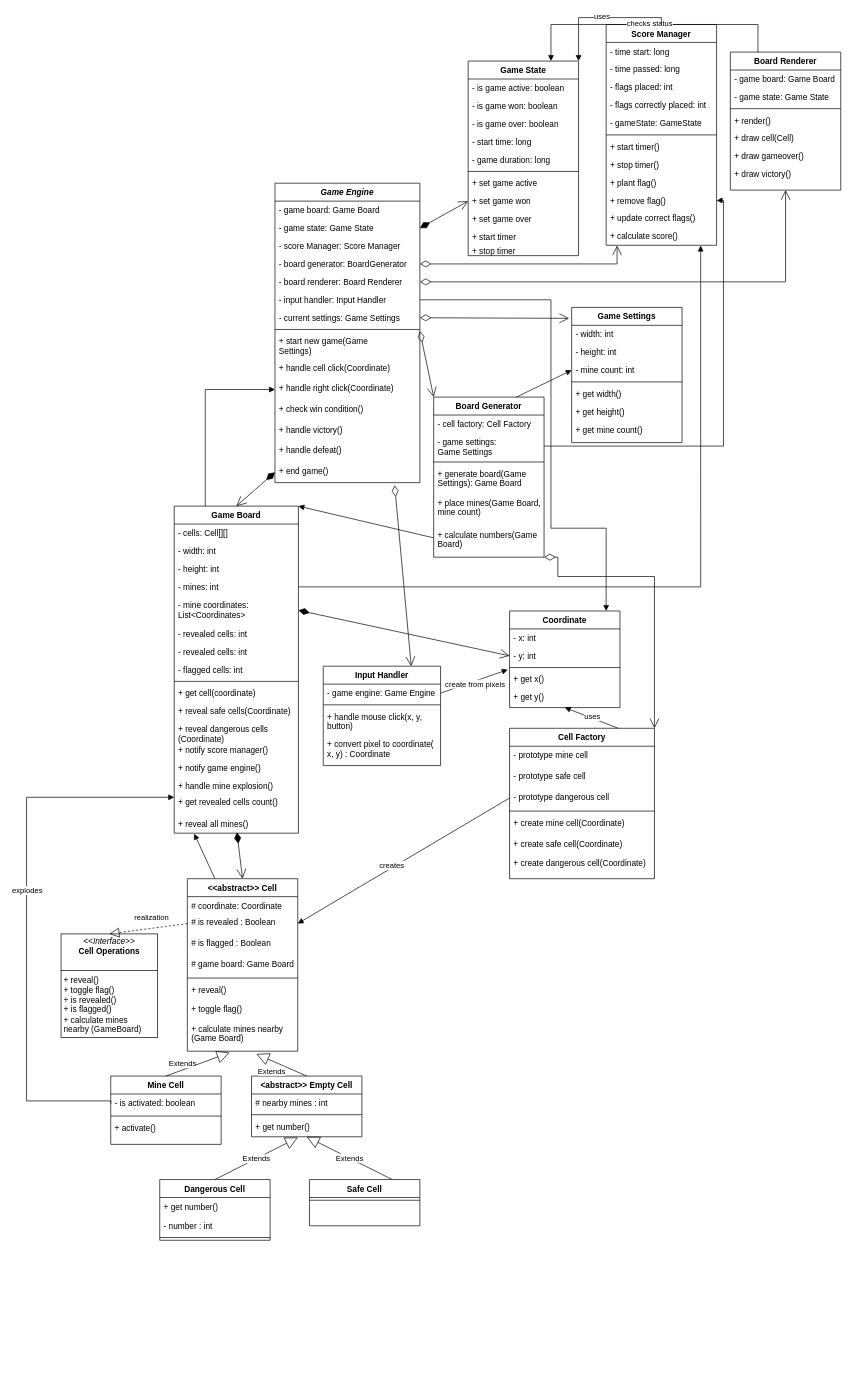
The draw.io diagram task-2/4/miner.drawio in agnezdei/senla-test, before the edit. Source tidied: cells renumbered, new cells numbered last; positions are measured from the earlier drawing's top-left corner, leaving out a move shared by most shapes. Both pictures are drawn from the tidied source at 69%, with x=0, y=0 at pixel (26, 24).
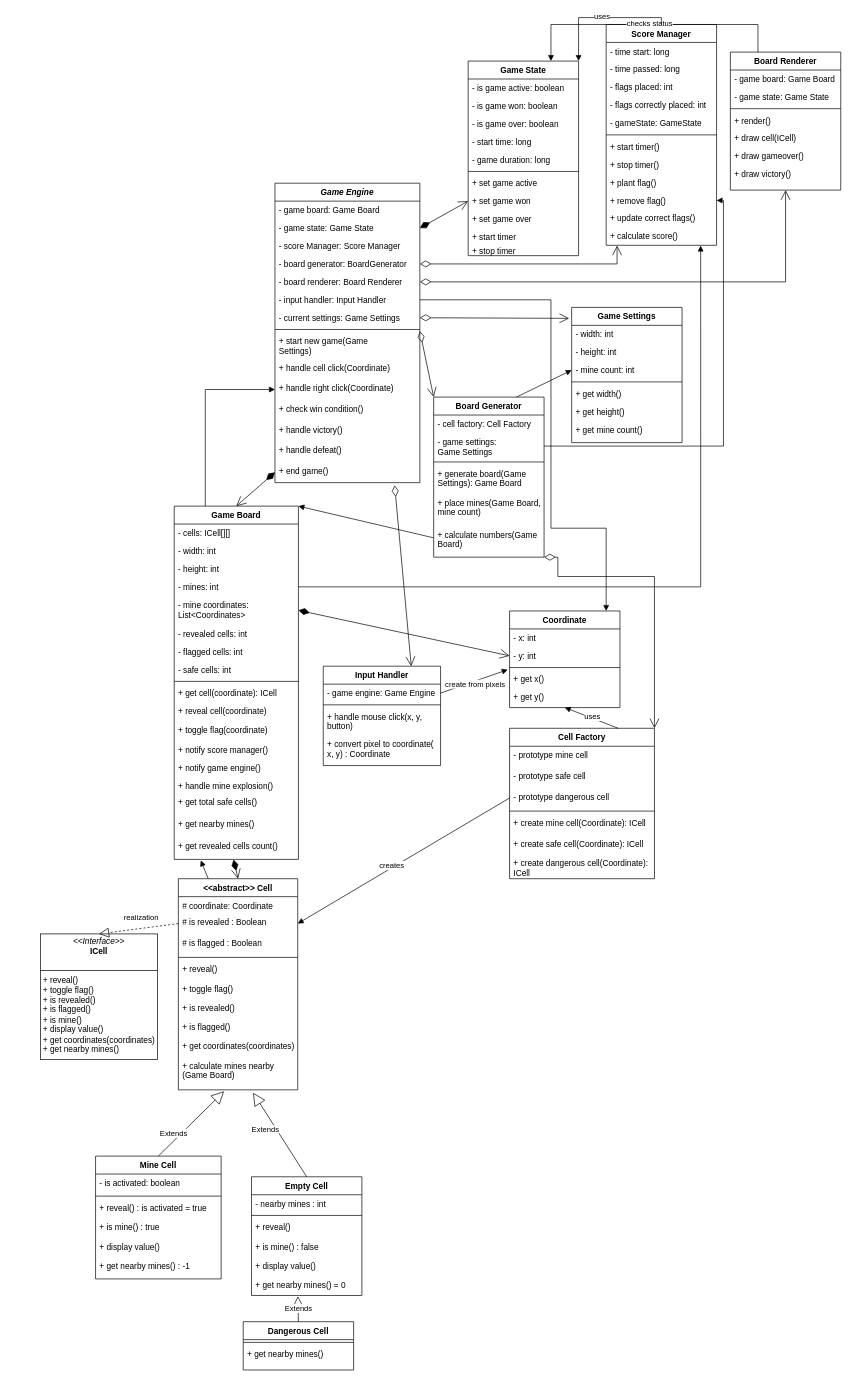
Above is the later version.

Commit message (it also covers changes not shown here):
В 4 задании исправила реализацию интерфейса, убрала связи от игрового поля к конкретным клеткам

The change refers to these unchanged cells:
```xml
<mxCell id="78" value="Board Renderer" style="swimlane;fontStyle=1;align=center;verticalAlign=top;horizontal=1;startSize=26;rounded=0;shadow=0;strokeWidth=1;" parent="1" vertex="1">
  <mxGeometry x="1020" y="40" width="160" height="200" as="geometry" />
</mxCell>
<mxCell id="134" value="Cell Factory" style="swimlane;fontStyle=1;align=center;verticalAlign=top;horizontal=1;startSize=26;rounded=0;shadow=0;strokeWidth=1;" parent="1" vertex="1">
  <mxGeometry x="700" y="1020" width="210" height="218" as="geometry" />
</mxCell>
```

What changed in the source:
```diff
@@
     <mxCell id="18" value="&lt;&lt;abstract&gt;&gt; Cell" style="swimlane;fontStyle=1;align=center;verticalAlign=top;horizontal=1;startSize=26;rounded=0;shadow=0;strokeWidth=1;" parent="1" vertex="1">
-      <mxGeometry x="233" y="1238" width="160" height="250" as="geometry" />
+      <mxGeometry x="220" y="1238" width="173" height="306" as="geometry" />
     </mxCell>
     <mxCell id="19" value="# coordinate: Coordinate" style="text;align=left;verticalAlign=top;spacingLeft=4;spacingRight=4;overflow=hidden;" parent="18" vertex="1">
-      <mxGeometry y="26" width="160" height="24" as="geometry" />
+      <mxGeometry y="26" width="173" height="24" as="geometry" />
     </mxCell>
     <mxCell id="20" value="# is revealed : Boolean" style="text;align=left;verticalAlign=top;spacingLeft=4;spacingRight=4;overflow=hidden;points=[[0,0.5],[1,0.5]];portConstraint=eastwest;rounded=0;shadow=0;html=0;" parent="18" vertex="1">
-      <mxGeometry y="50" width="160" height="30" as="geometry" />
+      <mxGeometry y="50" width="173" height="30" as="geometry" />
     </mxCell>
     <mxCell id="21" value="# is flagged : Boolean" style="text;align=left;verticalAlign=top;spacingLeft=4;spacingRight=4;overflow=hidden;rounded=0;shadow=0;html=0;" parent="18" vertex="1">
-      <mxGeometry y="80" width="160" height="30" as="geometry" />
+      <mxGeometry y="80" width="173" height="30" as="geometry" />
     </mxCell>
-    <mxCell id="22" value="# game board: Game Board " style="text;align=left;verticalAlign=top;spacingLeft=4;spacingRight=4;overflow=hidden;rounded=0;shadow=0;html=0;" parent="18" vertex="1">
-      <mxGeometry y="110" width="160" height="30" as="geometry" />
-    </mxCell>
     <mxCell id="23" style="line;html=1;strokeWidth=1;align=left;verticalAlign=middle;spacingTop=-1;spacingLeft=3;spacingRight=3;labelPosition=right;" parent="18" vertex="1">
-      <mxGeometry y="140" width="160" height="8" as="geometry" />
+      <mxGeometry y="110" width="173" height="8" as="geometry" />
     </mxCell>
     <mxCell id="24" value="+ reveal()" style="text;align=left;verticalAlign=top;spacingLeft=4;spacingRight=4;overflow=hidden;" parent="18" vertex="1">
-      <mxGeometry y="148" width="160" height="28" as="geometry" />
+      <mxGeometry y="118" width="173" height="28" as="geometry" />
     </mxCell>
     <mxCell id="25" value="+ toggle flag()" style="text;align=left;verticalAlign=top;spacingLeft=4;spacingRight=4;overflow=hidden;" parent="18" vertex="1">
-      <mxGeometry y="176" width="160" height="28" as="geometry" />
+      <mxGeometry y="146" width="173" height="28" as="geometry" />
     </mxCell>
+    <mxCell id="162" value="+ is revealed()" style="text;align=left;verticalAlign=top;spacingLeft=4;spacingRight=4;overflow=hidden;" parent="18" vertex="1">
+      <mxGeometry y="174" width="173" height="28" as="geometry" />
+    </mxCell>
+    <mxCell id="163" value="+ is flagged()" style="text;align=left;verticalAlign=top;spacingLeft=4;spacingRight=4;overflow=hidden;" parent="18" vertex="1">
+      <mxGeometry y="202" width="173" height="28" as="geometry" />
+    </mxCell>
+    <mxCell id="164" value="+ get coordinates(coordinates)" style="text;align=left;verticalAlign=top;spacingLeft=4;spacingRight=4;overflow=hidden;" parent="18" vertex="1">
+      <mxGeometry y="230" width="173" height="28" as="geometry" />
+    </mxCell>
     <mxCell id="26" value="+ calculate mines nearby&#10;(Game Board)" style="text;align=left;verticalAlign=top;spacingLeft=4;spacingRight=4;overflow=hidden;points=[[0,0.5],[1,0.5]];portConstraint=eastwest;" parent="18" vertex="1">
-      <mxGeometry y="204" width="160" height="46" as="geometry" />
+      <mxGeometry y="258" width="173" height="48" as="geometry" />
     </mxCell>
-    <mxCell id="27" value="&lt;abstract&gt;&gt; Empty Cell" style="swimlane;fontStyle=1;align=center;verticalAlign=top;horizontal=1;startSize=26;rounded=0;shadow=0;strokeWidth=1;" parent="1" vertex="1">
-      <mxGeometry x="326" y="1524" width="160" height="88" as="geometry" />
+    <mxCell id="27" value="Empty Cell" style="swimlane;fontStyle=1;align=center;verticalAlign=top;horizontal=1;startSize=26;rounded=0;shadow=0;strokeWidth=1;" parent="1" vertex="1">
+      <mxGeometry x="326" y="1670" width="160" height="172" as="geometry" />
     </mxCell>
-    <mxCell id="28" value="# nearby mines : int" style="text;align=left;verticalAlign=top;spacingLeft=4;spacingRight=4;overflow=hidden;" parent="27" vertex="1">
+    <mxCell id="28" value="- nearby mines : int" style="text;align=left;verticalAlign=top;spacingLeft=4;spacingRight=4;overflow=hidden;" parent="27" vertex="1">
       <mxGeometry y="26" width="160" height="26" as="geometry" />
     </mxCell>
@@
+    <mxCell id="165" value="+ reveal()" style="text;align=left;verticalAlign=top;spacingLeft=4;spacingRight=4;overflow=hidden;" parent="27" vertex="1">
+      <mxGeometry y="60" width="160" height="28" as="geometry" />
+    </mxCell>
+    <mxCell id="166" value="+ is mine() : false" style="text;align=left;verticalAlign=top;spacingLeft=4;spacingRight=4;overflow=hidden;" parent="27" vertex="1">
+      <mxGeometry y="88" width="160" height="28" as="geometry" />
+    </mxCell>
+    <mxCell id="167" value="+ display value()" style="text;align=left;verticalAlign=top;spacingLeft=4;spacingRight=4;overflow=hidden;" parent="27" vertex="1">
+      <mxGeometry y="116" width="160" height="28" as="geometry" />
+    </mxCell>
-    <mxCell id="30" value="+ get number()" style="text;align=left;verticalAlign=top;spacingLeft=4;spacingRight=4;overflow=hidden;points=[[0,0.5],[1,0.5]];portConstraint=eastwest;" parent="27" vertex="1">
-      <mxGeometry y="60" width="160" height="28" as="geometry" />
+    <mxCell id="30" value="+ get nearby mines() = 0" style="text;align=left;verticalAlign=top;spacingLeft=4;spacingRight=4;overflow=hidden;points=[[0,0.5],[1,0.5]];portConstraint=eastwest;" parent="27" vertex="1">
+      <mxGeometry y="144" width="160" height="28" as="geometry" />
     </mxCell>
     <mxCell id="31" value="Game Board" style="swimlane;fontStyle=1;align=center;verticalAlign=top;horizontal=1;startSize=26;rounded=0;shadow=0;strokeWidth=1;" parent="1" vertex="1">
-      <mxGeometry x="214" y="698" width="180" height="474" as="geometry" />
+      <mxGeometry x="214" y="698" width="180" height="512" as="geometry" />
     </mxCell>
-    <mxCell id="32" value="- cells: Cell[][]" style="text;align=left;verticalAlign=top;spacingLeft=4;spacingRight=4;overflow=hidden;" parent="31" vertex="1">
+    <mxCell id="32" value="- cells: ICell[][]" style="text;align=left;verticalAlign=top;spacingLeft=4;spacingRight=4;overflow=hidden;" parent="31" vertex="1">
       <mxGeometry y="26" width="180" height="26" as="geometry" />
     </mxCell>
@@
-    <mxCell id="38" value="- revealed cells: int" style="text;align=left;verticalAlign=top;spacingLeft=4;spacingRight=4;overflow=hidden;rounded=0;shadow=0;html=0;" parent="31" vertex="1">
-      <mxGeometry y="198" width="180" height="26" as="geometry" />
-    </mxCell>
     <mxCell id="39" value="- flagged cells: int" style="text;align=left;verticalAlign=top;spacingLeft=4;spacingRight=4;overflow=hidden;rounded=0;shadow=0;html=0;" parent="31" vertex="1">
-      <mxGeometry y="224" width="180" height="26" as="geometry" />
+      <mxGeometry y="198" width="180" height="26" as="geometry" />
     </mxCell>
+    <mxCell id="168" value="- safe cells: int" style="text;align=left;verticalAlign=top;spacingLeft=4;spacingRight=4;overflow=hidden;rounded=0;shadow=0;html=0;" parent="31" vertex="1">
+      <mxGeometry y="224" width="180" height="26" as="geometry" />
+    </mxCell>
@@
-    <mxCell id="41" value="+ get cell(coordinate)" style="text;align=left;verticalAlign=top;spacingLeft=4;spacingRight=4;overflow=hidden;rounded=0;shadow=0;html=0;" parent="31" vertex="1">
+    <mxCell id="41" value="+ get cell(coordinate): ICell" style="text;align=left;verticalAlign=top;spacingLeft=4;spacingRight=4;overflow=hidden;rounded=0;shadow=0;html=0;" parent="31" vertex="1">
       <mxGeometry y="258" width="180" height="26" as="geometry" />
     </mxCell>
-    <mxCell id="42" value="+ reveal safe cells(Coordinate)" style="text;align=left;verticalAlign=top;spacingLeft=4;spacingRight=4;overflow=hidden;" parent="31" vertex="1">
-      <mxGeometry y="284" width="180" height="26" as="geometry" />
-    </mxCell>
-    <mxCell id="43" value="+ reveal dangerous cells&#10;(Coordinate)" style="text;align=left;verticalAlign=top;spacingLeft=4;spacingRight=4;overflow=hidden;" parent="31" vertex="1">
-      <mxGeometry y="310" width="180" height="30" as="geometry" />
-    </mxCell>
+    <mxCell id="169" value="+ reveal cell(coordinate)" style="text;align=left;verticalAlign=top;spacingLeft=4;spacingRight=4;overflow=hidden;" parent="31" vertex="1">
+      <mxGeometry y="284" width="180" height="28" as="geometry" />
+    </mxCell>
+    <mxCell id="170" value="+ toggle flag(coordinate)" style="text;align=left;verticalAlign=top;spacingLeft=4;spacingRight=4;overflow=hidden;" parent="31" vertex="1">
+      <mxGeometry y="312" width="180" height="28" as="geometry" />
+    </mxCell>
@@
+    <mxCell id="171" value="+ get total safe cells()" style="text;align=left;verticalAlign=top;spacingLeft=4;spacingRight=4;overflow=hidden;" parent="31" vertex="1">
+      <mxGeometry y="416" width="180" height="32" as="geometry" />
+    </mxCell>
+    <mxCell id="172" value="+ get nearby mines()" style="text;align=left;verticalAlign=top;spacingLeft=4;spacingRight=4;overflow=hidden;" parent="31" vertex="1">
+      <mxGeometry y="448" width="180" height="32" as="geometry" />
+    </mxCell>
     <mxCell id="47" value="+ get revealed cells count()" style="text;align=left;verticalAlign=top;spacingLeft=4;spacingRight=4;overflow=hidden;points=[[0,0.5],[1,0.5]];portConstraint=eastwest;" parent="31" vertex="1">
-      <mxGeometry y="416" width="180" height="32" as="geometry" />
+      <mxGeometry y="480" width="180" height="32" as="geometry" />
     </mxCell>
-    <mxCell id="48" value="+ reveal all mines()" style="text;align=left;verticalAlign=top;spacingLeft=4;spacingRight=4;overflow=hidden;points=[[0,0.5],[1,0.5]];portConstraint=eastwest;rounded=0;shadow=0;html=0;" parent="31" vertex="1">
-      <mxGeometry y="448" width="180" height="26" as="geometry" />
-    </mxCell>
     <mxCell id="49" value="Dangerous Cell" style="swimlane;fontStyle=1;align=center;verticalAlign=top;horizontal=1;startSize=26;rounded=0;shadow=0;strokeWidth=1;" parent="1" vertex="1">
-      <mxGeometry x="193" y="1674" width="160" height="88" as="geometry" />
+      <mxGeometry x="314" y="1880" width="160" height="70" as="geometry" />
     </mxCell>
-    <mxCell id="50" value="+ get number()" style="text;align=left;verticalAlign=top;spacingLeft=4;spacingRight=4;overflow=hidden;" parent="49" vertex="1">
-      <mxGeometry y="26" width="160" height="28" as="geometry" />
-    </mxCell>
-    <mxCell id="51" value="- number : int" style="text;align=left;verticalAlign=top;spacingLeft=4;spacingRight=4;overflow=hidden;" parent="49" vertex="1">
-      <mxGeometry y="54" width="160" height="26" as="geometry" />
-    </mxCell>
     <mxCell id="52" style="line;html=1;strokeWidth=1;align=left;verticalAlign=middle;spacingTop=-1;spacingLeft=3;spacingRight=3;labelPosition=right;" parent="49" vertex="1">
-      <mxGeometry y="80" width="160" height="8" as="geometry" />
+      <mxGeometry y="26" width="160" height="8" as="geometry" />
     </mxCell>
+    <mxCell id="173" value="+ get nearby mines()" style="text;align=left;verticalAlign=top;spacingLeft=4;spacingRight=4;overflow=hidden;" parent="49" vertex="1">
+      <mxGeometry y="34" width="160" height="28" as="geometry" />
+    </mxCell>
     <mxCell id="53" value="Mine Cell" style="swimlane;fontStyle=1;align=center;verticalAlign=top;horizontal=1;startSize=26;rounded=0;shadow=0;strokeWidth=1;" parent="1" vertex="1">
-      <mxGeometry x="122" y="1524" width="160" height="99" as="geometry" />
+      <mxGeometry x="100" y="1640" width="182" height="178" as="geometry" />
     </mxCell>
     <mxCell id="54" value="- is activated: boolean" style="text;align=left;verticalAlign=top;spacingLeft=4;spacingRight=4;overflow=hidden;points=[[0,0.5],[1,0.5]];portConstraint=eastwest;" parent="53" vertex="1">
-      <mxGeometry y="26" width="160" height="28" as="geometry" />
+      <mxGeometry y="26" width="182" height="28" as="geometry" />
     </mxCell>
     <mxCell id="55" style="line;html=1;strokeWidth=1;align=left;verticalAlign=middle;spacingTop=-1;spacingLeft=3;spacingRight=3;labelPosition=right;" parent="53" vertex="1">
-      <mxGeometry y="54" width="160" height="8" as="geometry" />
+      <mxGeometry y="54" width="182" height="8" as="geometry" />
     </mxCell>
-    <mxCell id="56" value="+ activate()" style="text;align=left;verticalAlign=top;spacingLeft=4;spacingRight=4;overflow=hidden;" parent="53" vertex="1">
-      <mxGeometry y="62" width="160" height="28" as="geometry" />
+    <mxCell id="56" value="+ reveal() : is activated = true" style="text;align=left;verticalAlign=top;spacingLeft=4;spacingRight=4;overflow=hidden;" parent="53" vertex="1">
+      <mxGeometry y="62" width="182" height="28" as="geometry" />
     </mxCell>
+    <mxCell id="174" value="+ is mine() : true" style="text;align=left;verticalAlign=top;spacingLeft=4;spacingRight=4;overflow=hidden;" parent="53" vertex="1">
+      <mxGeometry y="90" width="182" height="28" as="geometry" />
+    </mxCell>
+    <mxCell id="175" value="+ display value()" style="text;align=left;verticalAlign=top;spacingLeft=4;spacingRight=4;overflow=hidden;" parent="53" vertex="1">
+      <mxGeometry y="118" width="182" height="28" as="geometry" />
+    </mxCell>
+    <mxCell id="176" value="+ get nearby mines() : -1" style="text;align=left;verticalAlign=top;spacingLeft=4;spacingRight=4;overflow=hidden;" parent="53" vertex="1">
+      <mxGeometry y="146" width="182" height="32" as="geometry" />
+    </mxCell>
@@
-    <mxCell id="83" value="+ draw cell(Cell)" style="text;align=left;verticalAlign=top;spacingLeft=4;spacingRight=4;overflow=hidden;rounded=0;shadow=0;html=0;" parent="78" vertex="1">
+    <mxCell id="83" value="+ draw cell(ICell)" style="text;align=left;verticalAlign=top;spacingLeft=4;spacingRight=4;overflow=hidden;rounded=0;shadow=0;html=0;" parent="78" vertex="1">
       <mxGeometry y="112" width="160" height="26" as="geometry" />
     </mxCell>
@@
-    <mxCell id="91" value="Safe Cell" style="swimlane;fontStyle=1;align=center;verticalAlign=top;horizontal=1;startSize=26;rounded=0;shadow=0;strokeWidth=1;" parent="1" vertex="1">
-      <mxGeometry x="410" y="1674" width="160" height="67" as="geometry" />
-    </mxCell>
-    <mxCell id="92" style="line;html=1;strokeWidth=1;align=left;verticalAlign=middle;spacingTop=-1;spacingLeft=3;spacingRight=3;labelPosition=right;" parent="91" vertex="1">
-      <mxGeometry y="26" width="160" height="8" as="geometry" />
-    </mxCell>
@@
-    <mxCell id="118" value="&lt;p style=&quot;margin:0px;margin-top:4px;text-align:center;&quot;&gt;&lt;i&gt;&amp;lt;&amp;lt;Interface&amp;gt;&amp;gt;&lt;/i&gt;&lt;br&gt;&lt;b&gt;Cell Operations&lt;/b&gt;&lt;/p&gt;&lt;p style=&quot;margin:0px;margin-left:4px;&quot;&gt;&lt;br&gt;&lt;/p&gt;&lt;hr size=&quot;1&quot; style=&quot;border-style:solid;&quot;&gt;&lt;p style=&quot;margin:0px;margin-left:4px;&quot;&gt;&lt;span style=&quot;background-color: transparent;&quot;&gt;+ reveal()&lt;/span&gt;&lt;/p&gt;&lt;p style=&quot;margin:0px;margin-left:4px;&quot;&gt;+ toggle flag()&lt;/p&gt;&lt;p style=&quot;margin:0px;margin-left:4px;&quot;&gt;+ is revealed()&lt;/p&gt;&lt;p style=&quot;margin:0px;margin-left:4px;&quot;&gt;+ is flagged()&lt;/p&gt;&lt;p style=&quot;margin:0px;margin-left:4px;&quot;&gt;+ calculate mines nearby&amp;nbsp;&lt;span style=&quot;background-color: transparent; color: light-dark(rgb(0, 0, 0), rgb(255, 255, 255));&quot;&gt;(GameBoard)&lt;/span&gt;&lt;/p&gt;" style="verticalAlign=top;align=left;overflow=fill;html=1;whiteSpace=wrap;" parent="1" vertex="1">
-      <mxGeometry x="50" y="1318" width="140" height="150" as="geometry" />
+    <mxCell id="118" value="&lt;p style=&quot;margin:0px;margin-top:4px;text-align:center;&quot;&gt;&lt;i&gt;&amp;lt;&amp;lt;Interface&amp;gt;&amp;gt;&lt;/i&gt;&lt;br&gt;&lt;b&gt;ICell&lt;/b&gt;&lt;/p&gt;&lt;p style=&quot;margin:0px;margin-left:4px;&quot;&gt;&lt;br&gt;&lt;/p&gt;&lt;hr size=&quot;1&quot; style=&quot;border-style:solid;&quot;&gt;&lt;p style=&quot;margin:0px;margin-left:4px;&quot;&gt;&lt;span style=&quot;background-color: transparent;&quot;&gt;+ reveal()&lt;/span&gt;&lt;/p&gt;&lt;p style=&quot;margin:0px;margin-left:4px;&quot;&gt;+ toggle flag()&lt;/p&gt;&lt;p style=&quot;margin:0px;margin-left:4px;&quot;&gt;+ is revealed()&lt;/p&gt;&lt;p style=&quot;margin:0px;margin-left:4px;&quot;&gt;+ is flagged()&lt;/p&gt;&lt;p style=&quot;margin:0px;margin-left:4px;&quot;&gt;+ is mine()&lt;/p&gt;&lt;p style=&quot;margin:0px;margin-left:4px;&quot;&gt;&lt;span style=&quot;background-color: transparent;&quot;&gt;+ display value()&lt;/span&gt;&lt;/p&gt;&lt;p style=&quot;margin:0px;margin-left:4px;&quot;&gt;&lt;span style=&quot;text-wrap-mode: nowrap;&quot;&gt;+ get coordinates(coordinates)&lt;/span&gt;&lt;span style=&quot;background-color: transparent;&quot;&gt;&lt;/span&gt;&lt;/p&gt;&lt;p style=&quot;margin:0px;margin-left:4px;&quot;&gt;&lt;span style=&quot;background-color: transparent; color: light-dark(rgb(0, 0, 0), rgb(255, 255, 255));&quot;&gt;+ get nearby mines()&lt;/span&gt;&lt;/p&gt;" style="verticalAlign=top;align=left;overflow=fill;html=1;whiteSpace=wrap;" parent="1" vertex="1">
+      <mxGeometry x="20" y="1318" width="170" height="182" as="geometry" />
     </mxCell>
@@
-    <mxCell id="121" value="Extends" style="endArrow=block;endSize=16;endFill=0;html=1;rounded=0;exitX=0.75;exitY=0;exitDx=0;exitDy=0;entryX=0.5;entryY=1;entryDx=0;entryDy=0;" parent="1" edge="1" source="91" target="27">
-      <mxGeometry relative="1" as="geometry" />
-    </mxCell>
@@
-    <mxCell id="127" style="endArrow=block;endFill=1;html=1;align=left;verticalAlign=top;rounded=0;exitX=0.25;exitY=0;exitDx=0;exitDy=0;entryX=0.161;entryY=1.032;entryDx=0;entryDy=0;entryPerimeter=0;" parent="1" edge="1" source="18" target="48">
+    <mxCell id="127" style="endArrow=block;endFill=1;html=1;align=left;verticalAlign=top;rounded=0;exitX=0.25;exitY=0;exitDx=0;exitDy=0;entryX=0.214;entryY=1.043;entryDx=0;entryDy=0;entryPerimeter=0;" parent="1" edge="1" source="18" target="47">
       <mxGeometry x="-1" relative="1" as="geometry" />
     </mxCell>
@@
-    <mxCell id="139" value="+ create mine cell(Coordinate)" style="text;align=left;verticalAlign=top;spacingLeft=4;spacingRight=4;overflow=hidden;" parent="134" vertex="1">
+    <mxCell id="139" value="+ create mine cell(Coordinate): ICell" style="text;align=left;verticalAlign=top;spacingLeft=4;spacingRight=4;overflow=hidden;" parent="134" vertex="1">
       <mxGeometry y="124" width="210" height="30" as="geometry" />
     </mxCell>
-    <mxCell id="140" value="+ create safe cell(Coordinate)" style="text;align=left;verticalAlign=top;spacingLeft=4;spacingRight=4;overflow=hidden;" parent="134" vertex="1">
+    <mxCell id="140" value="+ create safe cell(Coordinate): ICell" style="text;align=left;verticalAlign=top;spacingLeft=4;spacingRight=4;overflow=hidden;" parent="134" vertex="1">
       <mxGeometry y="154" width="210" height="28" as="geometry" />
     </mxCell>
-    <mxCell id="141" value="+ create dangerous cell(Coordinate)" style="text;align=left;verticalAlign=top;spacingLeft=4;spacingRight=4;overflow=hidden;" parent="134" vertex="1">
+    <mxCell id="141" value="+ create dangerous cell(Coordinate): &#10;ICell" style="text;align=left;verticalAlign=top;spacingLeft=4;spacingRight=4;overflow=hidden;" parent="134" vertex="1">
       <mxGeometry y="182" width="210" height="36" as="geometry" />
     </mxCell>
@@
-    <mxCell id="153" style="endArrow=open;html=1;endSize=12;startArrow=diamondThin;startSize=14;startFill=1;align=left;verticalAlign=bottom;rounded=0;entryX=0.5;entryY=0;entryDx=0;entryDy=0;exitX=0.505;exitY=0.947;exitDx=0;exitDy=0;exitPerimeter=0;" parent="1" edge="1" source="48" target="18">
+    <mxCell id="153" style="endArrow=open;html=1;endSize=12;startArrow=diamondThin;startSize=14;startFill=1;align=left;verticalAlign=bottom;rounded=0;entryX=0.5;entryY=0;entryDx=0;entryDy=0;exitX=0.478;exitY=1.004;exitDx=0;exitDy=0;exitPerimeter=0;" parent="1" edge="1" source="47" target="18">
       <mxGeometry x="-1" y="3" relative="1" as="geometry" />
     </mxCell>
-    <mxCell id="154" style="endArrow=block;endFill=1;html=1;align=left;verticalAlign=top;rounded=0;edgeStyle=orthogonalEdgeStyle;exitX=0;exitY=0.5;exitDx=0;exitDy=0;" parent="1" edge="1" source="54">
-      <mxGeometry x="-1" relative="1" as="geometry">
-        <mxPoint x="214" y="1120" as="targetPoint" />
-        <Array as="points">
-          <mxPoint x="122" y="1560" />
-          <mxPoint y="1560" />
-          <mxPoint y="1120" />
-        </Array>
-      </mxGeometry>
-    </mxCell>
-    <mxCell id="155" value="explodes" style="edgeLabel;html=1;align=center;verticalAlign=middle;" parent="154" vertex="1">
-      <mxGeometry x="0.01" y="-2" relative="1" as="geometry">
-        <mxPoint x="-2" y="-38" as="offset" />
-      </mxGeometry>
-    </mxCell>
```
